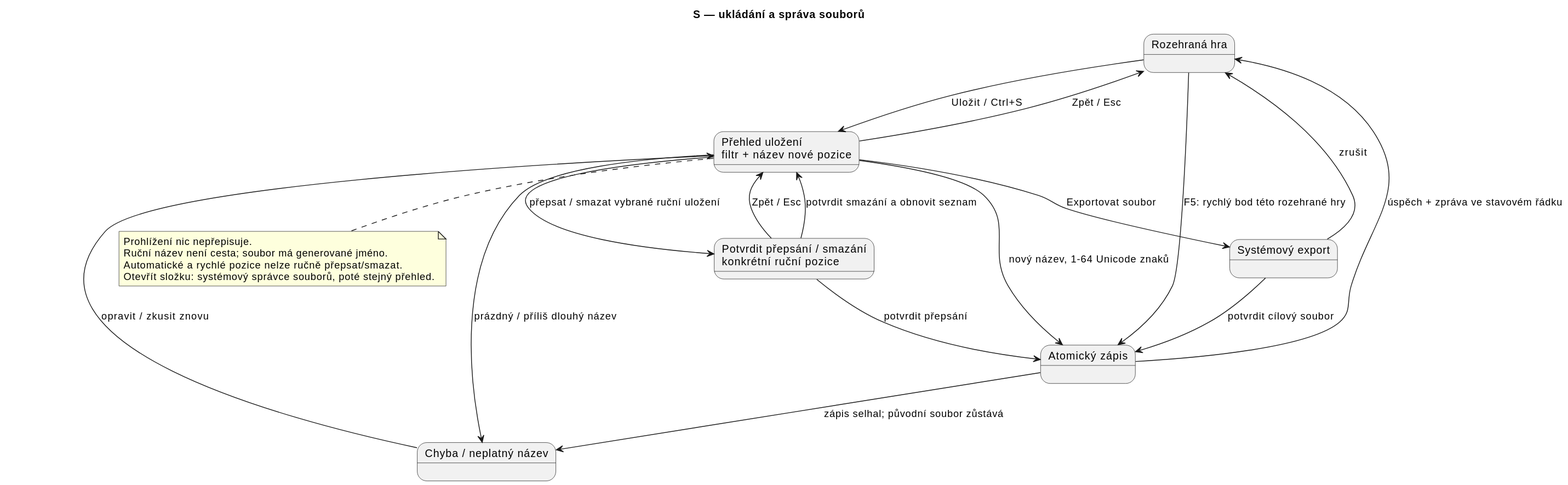
This is docs/diagrams/save-load/save.svg from jajir/microcol, a PlantUML export, as it was before one commit. Its diagram source:
```plantuml
@startuml
title S — ukládání a správa souborů
skinparam shadowing false
skinparam defaultFontName SansSerif
state "Rozehraná hra" as Game
state "Přehled uložení\nfiltr + název nové pozice" as List
state "Potvrdit přepsání / smazání\nkonkrétní ruční pozice" as Confirm
state "Atomický zápis" as Write
state "Chyba / neplatný název" as Error
state "Systémový export" as Export
Game --> List : Uložit / Ctrl+S
List --> Game : Zpět / Esc
List --> Write : nový název, 1-64 Unicode znaků
List --> Error : prázdný / příliš dlouhý název
Error --> List : opravit / zkusit znovu
List --> Confirm : přepsat / smazat vybrané ruční uložení
Confirm --> List : Zpět / Esc
Confirm --> List : potvrdit smazání a obnovit seznam
Confirm --> Write : potvrdit přepsání
Write --> Error : zápis selhal; původní soubor zůstává
Write --> Game : úspěch + zpráva ve stavovém řádku
List --> Export : Exportovat soubor
Export --> Game : zrušit
Export --> Write : potvrdit cílový soubor
Game --> Write : F5: rychlý bod této rozehrané hry
note bottom of List
Prohlížení nic nepřepisuje.
Ruční název není cesta; soubor má generované jméno.
Automatické a rychlé pozice nelze ručně přepsat/smazat.
Otevřít složku: systémový správce souborů, poté stejný přehled.
end note
@enduml
```
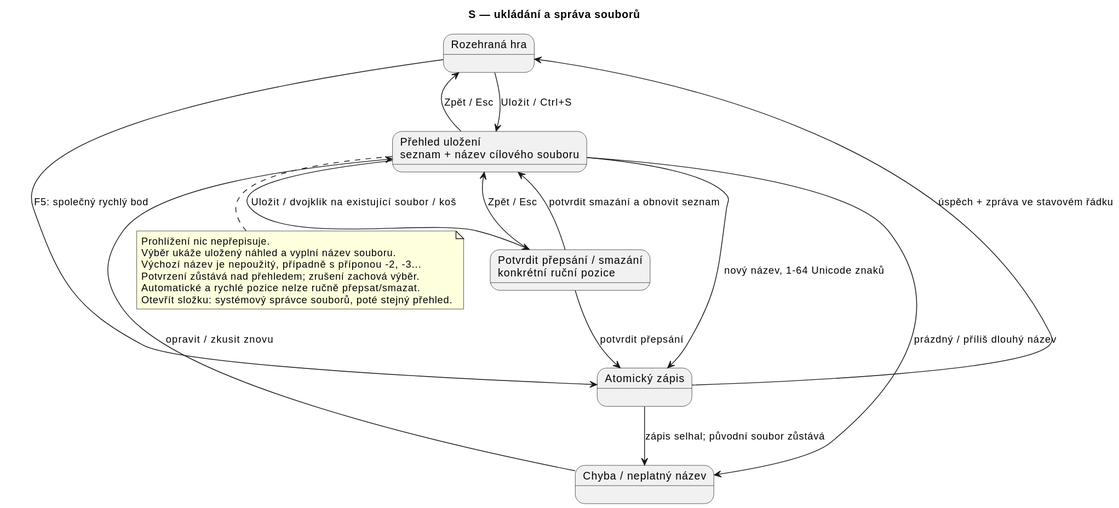
Above is the later version.

Change to the diagram source:
```diff
@@ -3,29 +3,27 @@
 skinparam shadowing false
 skinparam defaultFontName SansSerif
 state "Rozehraná hra" as Game
-state "Přehled uložení\nfiltr + název nové pozice" as List
+state "Přehled uložení\nseznam + název cílového souboru" as List
 state "Potvrdit přepsání / smazání\nkonkrétní ruční pozice" as Confirm
 state "Atomický zápis" as Write
 state "Chyba / neplatný název" as Error
-state "Systémový export" as Export
 Game --> List : Uložit / Ctrl+S
 List --> Game : Zpět / Esc
 List --> Write : nový název, 1-64 Unicode znaků
 List --> Error : prázdný / příliš dlouhý název
 Error --> List : opravit / zkusit znovu
-List --> Confirm : přepsat / smazat vybrané ruční uložení
+List --> Confirm : Uložit / dvojklik na existující soubor / koš
 Confirm --> List : Zpět / Esc
 Confirm --> List : potvrdit smazání a obnovit seznam
 Confirm --> Write : potvrdit přepsání
 Write --> Error : zápis selhal; původní soubor zůstává
 Write --> Game : úspěch + zpráva ve stavovém řádku
-List --> Export : Exportovat soubor
-Export --> Game : zrušit
-Export --> Write : potvrdit cílový soubor
-Game --> Write : F5: rychlý bod této rozehrané hry
+Game --> Write : F5: společný rychlý bod
 note bottom of List
 Prohlížení nic nepřepisuje.
-Ruční název není cesta; soubor má generované jméno.
+Výběr ukáže uložený náhled a vyplní název souboru.
+Výchozí název je nepoužitý, případně s příponou -2, -3...
+Potvrzení zůstává nad přehledem; zrušení zachová výběr.
 Automatické a rychlé pozice nelze ručně přepsat/smazat.
 Otevřít složku: systémový správce souborů, poté stejný přehled.
 end note
```
